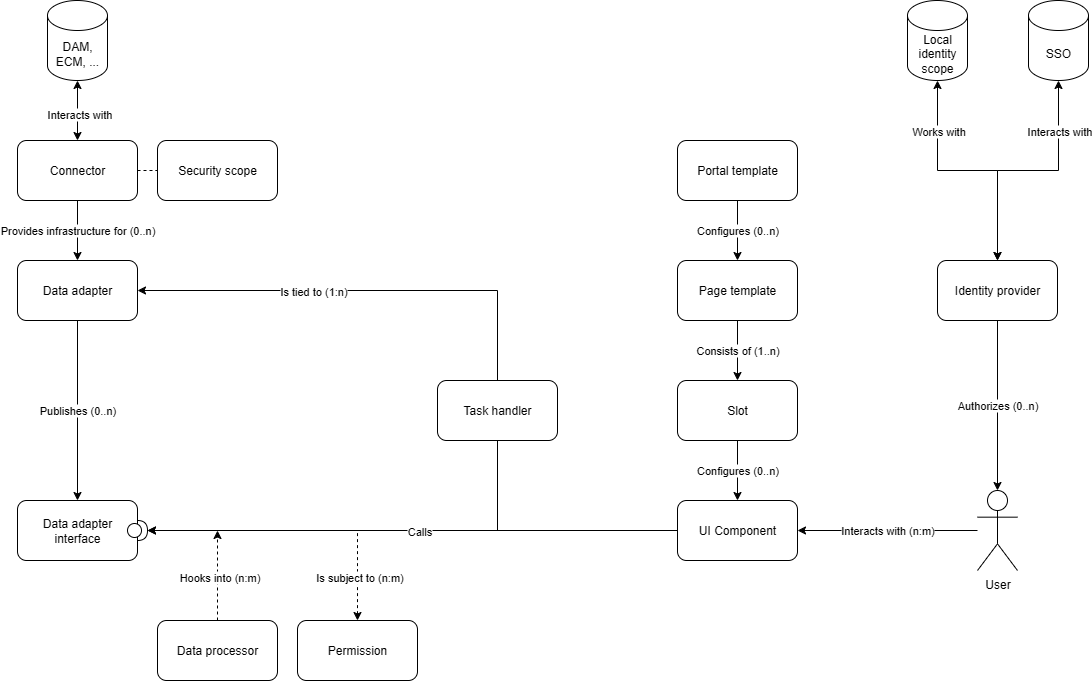
Before: Overview/images/components.png, a diagram exported from draw.io (smintio/Portals-Components-SDK). Source tidied: cells renumbered, new cells last; positions are measured from the earlier drawing's top-left corner, leaving out a move shared by most shapes. The source it was exported from:
```xml
<mxGraphModel>
  <root>
    <mxCell id="0" />
    <mxCell id="1" parent="0" />
    <mxCell id="2" value="Portal template" style="rounded=1;whiteSpace=wrap;html=1;" parent="1" vertex="1">
      <mxGeometry x="660" y="140" width="120" height="60" as="geometry" />
    </mxCell>
    <mxCell id="3" value="Page template" style="rounded=1;whiteSpace=wrap;html=1;" parent="1" vertex="1">
      <mxGeometry x="660" y="260" width="120" height="60" as="geometry" />
    </mxCell>
    <mxCell id="4" value="Slot" style="rounded=1;whiteSpace=wrap;html=1;" parent="1" vertex="1">
      <mxGeometry x="660" y="380" width="120" height="60" as="geometry" />
    </mxCell>
    <mxCell id="5" value="UI Component" style="rounded=1;whiteSpace=wrap;html=1;" parent="1" vertex="1">
      <mxGeometry x="660" y="500" width="120" height="60" as="geometry" />
    </mxCell>
    <mxCell id="6" value="Data adapter" style="rounded=1;whiteSpace=wrap;html=1;" parent="1" vertex="1">
      <mxGeometry y="260" width="120" height="60" as="geometry" />
    </mxCell>
    <mxCell id="7" value="Connector" style="rounded=1;whiteSpace=wrap;html=1;" parent="1" vertex="1">
      <mxGeometry y="140" width="120" height="60" as="geometry" />
    </mxCell>
    <mxCell id="8" value="Data adapter&lt;br&gt;interface" style="rounded=1;whiteSpace=wrap;html=1;" parent="1" vertex="1">
      <mxGeometry y="500" width="120" height="60" as="geometry" />
    </mxCell>
    <mxCell id="9" value="Permission" style="rounded=1;whiteSpace=wrap;html=1;" parent="1" vertex="1">
      <mxGeometry x="280" y="620" width="120" height="60" as="geometry" />
    </mxCell>
    <mxCell id="10" value="Identity provider" style="rounded=1;whiteSpace=wrap;html=1;" parent="1" vertex="1">
      <mxGeometry x="920" y="260" width="120" height="60" as="geometry" />
    </mxCell>
    <mxCell id="11" value="Task handler" style="rounded=1;whiteSpace=wrap;html=1;" parent="1" vertex="1">
      <mxGeometry x="420" y="380" width="120" height="60" as="geometry" />
    </mxCell>
    <mxCell id="12" value="Data processor" style="rounded=1;whiteSpace=wrap;html=1;" parent="1" vertex="1">
      <mxGeometry x="140" y="620" width="120" height="60" as="geometry" />
    </mxCell>
    <mxCell id="13" value="Configures (0..n)" style="endArrow=classic;html=1;rounded=0;exitX=0.5;exitY=1;exitDx=0;exitDy=0;entryX=0.5;entryY=0;entryDx=0;entryDy=0;" parent="1" edge="1" source="2" target="3">
      <mxGeometry relative="1" as="geometry" />
    </mxCell>
    <mxCell id="14" value="Consists of (1..n)" style="endArrow=classic;html=1;rounded=0;exitX=0.5;exitY=1;exitDx=0;exitDy=0;entryX=0.5;entryY=0;entryDx=0;entryDy=0;" parent="1" edge="1" source="3" target="4">
      <mxGeometry relative="1" as="geometry" />
    </mxCell>
    <mxCell id="15" value="Configures (0..n)" style="endArrow=classic;html=1;rounded=0;exitX=0.5;exitY=1;exitDx=0;exitDy=0;entryX=0.5;entryY=0;entryDx=0;entryDy=0;" parent="1" edge="1" source="4" target="5">
      <mxGeometry relative="1" as="geometry" />
    </mxCell>
    <mxCell id="16" value="DAM, ECM, ..." style="shape=cylinder3;whiteSpace=wrap;html=1;boundedLbl=1;backgroundOutline=1;size=15;" parent="1" vertex="1">
      <mxGeometry x="30" width="60" height="80" as="geometry" />
    </mxCell>
    <mxCell id="17" style="endArrow=classic;startArrow=classic;html=1;rounded=0;entryX=0.5;entryY=1;entryDx=0;entryDy=0;entryPerimeter=0;" parent="1" edge="1" source="7" target="16">
      <mxGeometry relative="1" as="geometry" />
    </mxCell>
    <mxCell id="18" value="Interacts with" style="edgeLabel;html=1;align=center;verticalAlign=middle;" parent="17" vertex="1">
      <mxGeometry x="-0.1" y="-1" relative="1" as="geometry" />
    </mxCell>
    <mxCell id="19" value="Provides infrastructure for (0..n)" style="endArrow=classic;html=1;rounded=0;exitX=0.5;exitY=1;exitDx=0;exitDy=0;entryX=0.5;entryY=0;entryDx=0;entryDy=0;" parent="1" edge="1" source="7" target="6">
      <mxGeometry relative="1" as="geometry" />
    </mxCell>
    <mxCell id="20" value="Publishes (0..n)" style="endArrow=classic;html=1;rounded=0;exitX=0.5;exitY=1;exitDx=0;exitDy=0;entryX=0.5;entryY=0;entryDx=0;entryDy=0;" parent="1" edge="1" source="6" target="8">
      <mxGeometry relative="1" as="geometry" />
    </mxCell>
    <mxCell id="21" style="endArrow=none;dashed=1;html=1;rounded=0;exitX=0.5;exitY=0;exitDx=0;exitDy=0;startArrow=classic;startFill=1;" parent="1" edge="1" source="9">
      <mxGeometry relative="1" as="geometry">
        <mxPoint x="340" y="530" as="targetPoint" />
      </mxGeometry>
    </mxCell>
    <mxCell id="22" value="Is subject to (n:m)" style="edgeLabel;html=1;align=center;verticalAlign=middle;" parent="21" vertex="1">
      <mxGeometry x="-0.02" y="-1" relative="1" as="geometry" />
    </mxCell>
    <mxCell id="23" value="User" style="shape=umlActor;verticalLabelPosition=bottom;verticalAlign=top;html=1;" parent="1" vertex="1">
      <mxGeometry x="960" y="490" width="40" height="80" as="geometry" />
    </mxCell>
    <mxCell id="24" value="Authorizes (0..n)" style="edgeStyle=orthogonalEdgeStyle;rounded=0;jettySize=auto;html=1;exitX=0.5;exitY=1;exitDx=0;exitDy=0;entryX=0.5;entryY=0;entryDx=0;entryDy=0;entryPerimeter=0;" parent="1" edge="1" source="10" target="23">
      <mxGeometry relative="1" as="geometry" />
    </mxCell>
    <mxCell id="25" style="endArrow=classic;html=1;rounded=0;exitX=0.5;exitY=0;exitDx=0;exitDy=0;entryX=1;entryY=0.5;entryDx=0;entryDy=0;edgeStyle=orthogonalEdgeStyle;" parent="1" edge="1" source="11" target="6">
      <mxGeometry relative="1" as="geometry" />
    </mxCell>
    <mxCell id="26" value="Is tied to (1:n)" style="edgeLabel;html=1;align=center;verticalAlign=middle;" parent="25" vertex="1">
      <mxGeometry x="0.22" relative="1" as="geometry" />
    </mxCell>
    <mxCell id="27" style="endArrow=classic;dashed=1;html=1;rounded=0;exitX=0.5;exitY=0;exitDx=0;exitDy=0;endFill=1;" parent="1" edge="1" source="12">
      <mxGeometry relative="1" as="geometry">
        <mxPoint x="200" y="530" as="targetPoint" />
      </mxGeometry>
    </mxCell>
    <mxCell id="28" value="Hooks into (n:m)" style="edgeLabel;html=1;align=center;verticalAlign=middle;" parent="27" vertex="1">
      <mxGeometry x="-0.02" y="-1" relative="1" as="geometry" />
    </mxCell>
    <mxCell id="29" value="Interacts with (n:m)" style="endArrow=classic;html=1;rounded=0;entryX=1;entryY=0.5;entryDx=0;entryDy=0;" parent="1" edge="1" source="23" target="5">
      <mxGeometry relative="1" as="geometry" />
    </mxCell>
    <mxCell id="30" value="SSO" style="shape=cylinder3;whiteSpace=wrap;html=1;boundedLbl=1;backgroundOutline=1;size=15;" parent="1" vertex="1">
      <mxGeometry x="1011" width="60" height="80" as="geometry" />
    </mxCell>
    <mxCell id="31" value="Local&lt;br&gt;identity&lt;div&gt;scope&lt;/div&gt;" style="shape=cylinder3;whiteSpace=wrap;html=1;boundedLbl=1;backgroundOutline=1;size=15;" parent="1" vertex="1">
      <mxGeometry x="890" width="60" height="80" as="geometry" />
    </mxCell>
    <mxCell id="32" style="endArrow=classic;startArrow=classic;html=1;rounded=0;entryX=0.5;entryY=1;entryDx=0;entryDy=0;entryPerimeter=0;exitX=0.5;exitY=0;exitDx=0;exitDy=0;edgeStyle=orthogonalEdgeStyle;" parent="1" edge="1" source="10" target="31">
      <mxGeometry relative="1" as="geometry">
        <Array as="points">
          <mxPoint x="980" y="170" />
          <mxPoint x="920" y="170" />
        </Array>
      </mxGeometry>
    </mxCell>
    <mxCell id="33" value="Works with" style="edgeLabel;html=1;align=center;verticalAlign=middle;" parent="32" vertex="1">
      <mxGeometry x="0.58" relative="1" as="geometry">
        <mxPoint y="-1" as="offset" />
      </mxGeometry>
    </mxCell>
    <mxCell id="34" style="endArrow=classic;startArrow=classic;html=1;rounded=0;entryX=0.5;entryY=1;entryDx=0;entryDy=0;entryPerimeter=0;exitX=0.5;exitY=0;exitDx=0;exitDy=0;edgeStyle=orthogonalEdgeStyle;" parent="1" edge="1" source="10" target="30">
      <mxGeometry relative="1" as="geometry">
        <Array as="points">
          <mxPoint x="980" y="170" />
          <mxPoint x="1041" y="170" />
        </Array>
      </mxGeometry>
    </mxCell>
    <mxCell id="35" value="Interacts with" style="edgeLabel;html=1;align=center;verticalAlign=middle;" parent="34" vertex="1">
      <mxGeometry x="0.56" y="-1" relative="1" as="geometry">
        <mxPoint x="-1" y="-3" as="offset" />
      </mxGeometry>
    </mxCell>
    <mxCell id="36" value="Security scope" style="rounded=1;whiteSpace=wrap;html=1;" parent="1" vertex="1">
      <mxGeometry x="140" y="140" width="120" height="60" as="geometry" />
    </mxCell>
    <mxCell id="37" style="endArrow=none;dashed=1;html=1;rounded=0;exitX=1;exitY=0.5;exitDx=0;exitDy=0;entryX=0;entryY=0.5;entryDx=0;entryDy=0;" parent="1" edge="1" source="7" target="36">
      <mxGeometry relative="1" as="geometry" />
    </mxCell>
    <mxCell id="38" style="shape=providedRequiredInterface;html=1;verticalLabelPosition=bottom;sketch=0;" parent="1" vertex="1">
      <mxGeometry x="110" y="520" width="20" height="20" as="geometry" />
    </mxCell>
    <mxCell id="39" style="edgeStyle=orthogonalEdgeStyle;rounded=0;jettySize=auto;html=1;exitX=0;exitY=0.5;exitDx=0;exitDy=0;entryX=1;entryY=0.5;entryDx=0;entryDy=0;entryPerimeter=0;" parent="1" edge="1" source="5" target="38">
      <mxGeometry relative="1" as="geometry" />
    </mxCell>
    <mxCell id="40" style="endArrow=classic;html=1;rounded=0;exitX=0.5;exitY=1;exitDx=0;exitDy=0;entryX=1;entryY=0.5;entryDx=0;entryDy=0;entryPerimeter=0;edgeStyle=orthogonalEdgeStyle;" parent="1" edge="1" source="11" target="38">
      <mxGeometry relative="1" as="geometry" />
    </mxCell>
    <mxCell id="41" value="Calls" style="edgeLabel;html=1;align=center;verticalAlign=middle;" parent="40" vertex="1">
      <mxGeometry x="-0.23" y="3" relative="1" as="geometry">
        <mxPoint y="-3" as="offset" />
      </mxGeometry>
    </mxCell>
  </root>
</mxGraphModel>
```
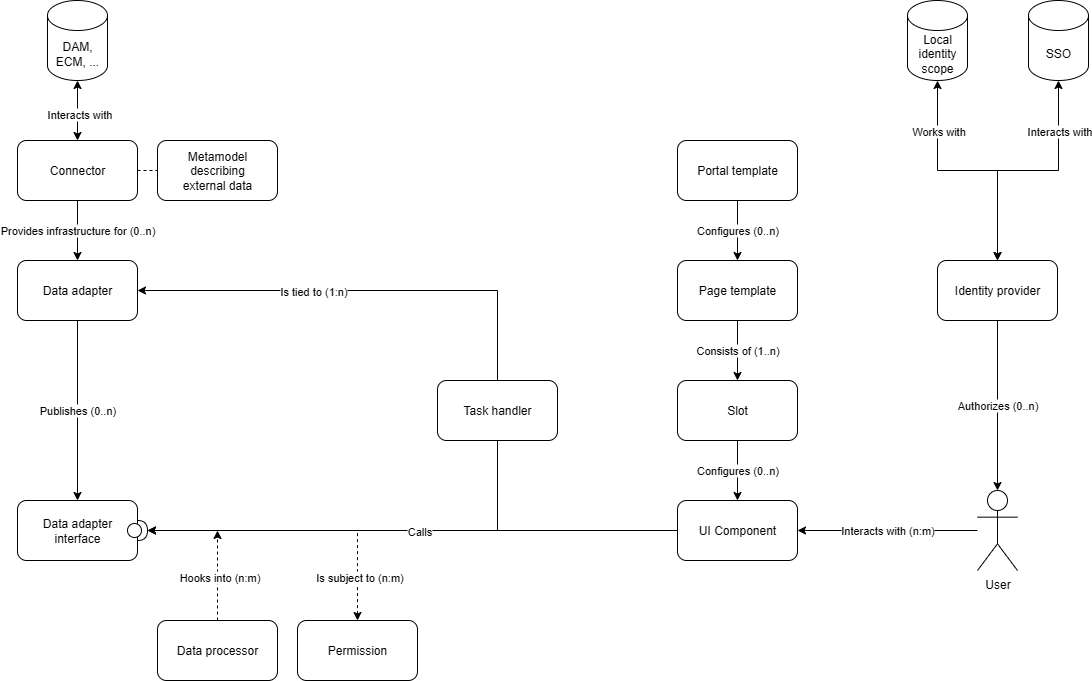
The same diagram one commit later.

The edit, as a diff of the source:
```diff
@@ -122,7 +122,7 @@
         <mxPoint x="-1" y="-3" as="offset" />
       </mxGeometry>
     </mxCell>
-    <mxCell id="36" value="Security scope" style="rounded=1;whiteSpace=wrap;html=1;" parent="1" vertex="1">
+    <mxCell id="36" value="Metamodel&lt;br&gt;describing&lt;br&gt;external data" style="rounded=1;whiteSpace=wrap;html=1;" parent="1" vertex="1">
       <mxGeometry x="140" y="140" width="120" height="60" as="geometry" />
     </mxCell>
     <mxCell id="37" style="endArrow=none;dashed=1;html=1;rounded=0;exitX=1;exitY=0.5;exitDx=0;exitDy=0;entryX=0;entryY=0.5;entryDx=0;entryDy=0;" parent="1" edge="1" source="7" target="36">
```
